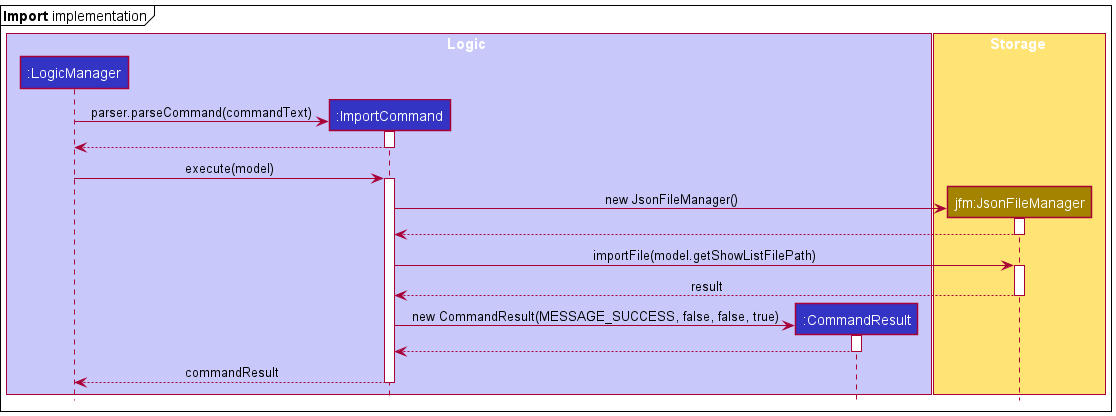
This is docs/images/ImportSequenceDiagram.png from nus-cs2103-AY2122S2/tp, a PlantUML export, as it was before one commit.
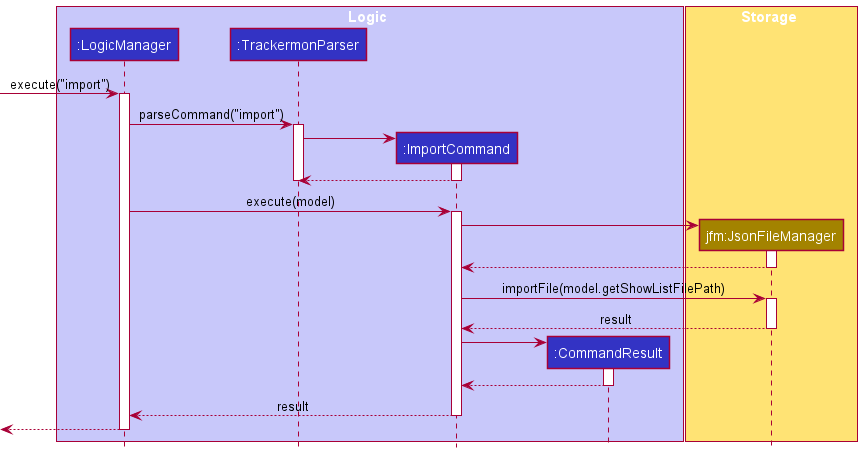
Above is the later version.

Commit message:
Update Import/Export sequence diagrams

Change to the diagram source:
```diff
@@ -1,11 +1,9 @@
 @startuml
 !include style.puml
 
-mainframe **Import** implementation
-
-
 box Logic LOGIC_COLOR_T1
 participant ":LogicManager" as LogicManager LOGIC_COLOR
+participant ":TrackermonParser" as TrackermonParser LOGIC_COLOR
 participant ":ImportCommand" as ImportCommand LOGIC_COLOR
 participant ":CommandResult" as CommandResult LOGIC_COLOR
 
@@ -13,18 +11,25 @@
 participant "jfm:JsonFileManager" as JsonFileManager STORAGE_COLOR
 box
 
+-> LogicManager : execute("import")
+activate LogicManager
+
+LogicManager -> TrackermonParser : parseCommand("import")
+activate TrackermonParser
+
 create ImportCommand
-LogicManager -> ImportCommand : parser.parseCommand(commandText)
+TrackermonParser -> ImportCommand :
 activate ImportCommand
 
-ImportCommand --> LogicManager
+ImportCommand --> TrackermonParser
 deactivate ImportCommand
+deactivate TrackermonParser
 
 LogicManager -> ImportCommand : execute(model)
 activate ImportCommand
 
 create JsonFileManager
-ImportCommand -> JsonFileManager : new JsonFileManager()
+ImportCommand -> JsonFileManager :
 activate JsonFileManager
 
 JsonFileManager --> ImportCommand :
@@ -37,13 +42,16 @@
 deactivate JsonFileManager
 
 create CommandResult
-ImportCommand -> CommandResult : new CommandResult(MESSAGE_SUCCESS, false, false, true)
+ImportCommand -> CommandResult :
 activate CommandResult
 
 CommandResult --> ImportCommand
 deactivate CommandResult
 
-ImportCommand --> LogicManager : commandResult
+ImportCommand --> LogicManager : result
 deactivate ImportCommand
 
+<-- LogicManager
+deactivate LogicManager
+
 @enduml
```
